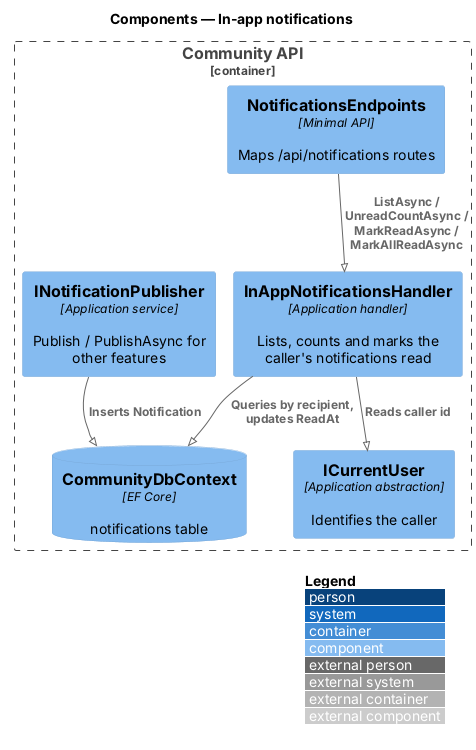
Above: docs/detailed-designs/notifications/in-app-notifications/diagrams/c4-component.png in QuinntyneBrown/faithtech-community (PlantUML), before the change.
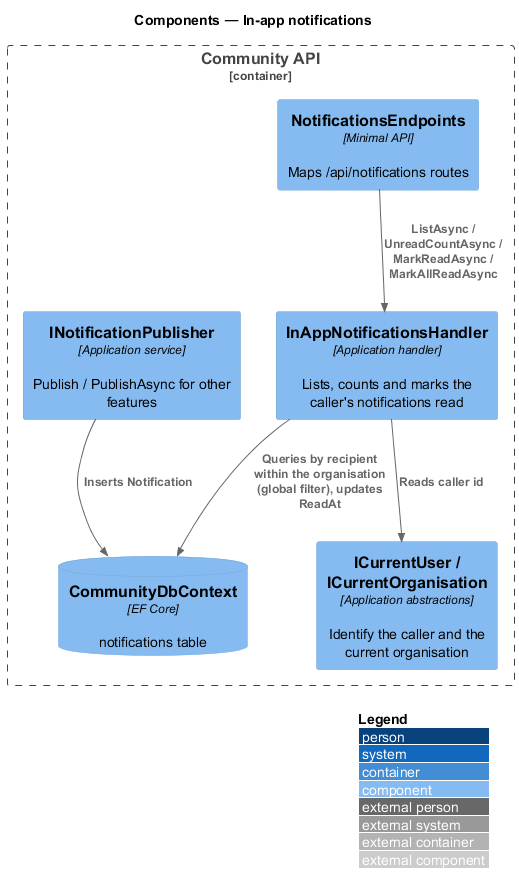
The same file after the commit.

What changed in the source:
```diff
@@ -1,5 +1,4 @@
 @startuml
-!pragma layout smetana
 !include <C4/C4_Component>
 LAYOUT_WITH_LEGEND()
 title Components — In-app notifications
@@ -7,11 +6,11 @@
   Component(ep, "NotificationsEndpoints", "Minimal API", "Maps /api/notifications routes")
   Component(h, "InAppNotificationsHandler", "Application handler", "Lists, counts and marks the caller's notifications read")
   Component(pub, "INotificationPublisher", "Application service", "Publish / PublishAsync for other features")
-  Component(cu, "ICurrentUser", "Application abstraction", "Identifies the caller")
+  Component(cu, "ICurrentUser / ICurrentOrganisation", "Application abstractions", "Identify the caller and the current organisation")
   ComponentDb(db, "CommunityDbContext", "EF Core", "notifications table")
 }
 Rel(ep, h, "ListAsync / UnreadCountAsync / MarkReadAsync / MarkAllReadAsync")
 Rel(h, cu, "Reads caller id")
-Rel(h, db, "Queries by recipient, updates ReadAt")
+Rel(h, db, "Queries by recipient within the organisation (global filter), updates ReadAt")
 Rel(pub, db, "Inserts Notification")
 @enduml
```
